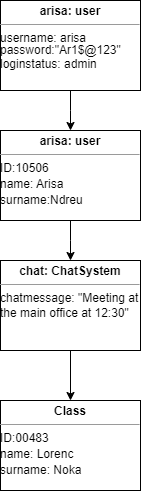
This is Object Diagrams/ChatSystem Object Diagram.drawio.png from Arisa-Ndreu/AEMS--Project, a draw.io export, as it was before one commit. Source tidied: cells renumbered, new cells last; positions are measured from the earlier drawing's top-left corner, leaving out a move shared by most shapes.
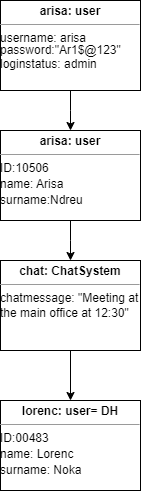
Later version of the same file.

The edit, as a diff of the source:
```diff
@@ -24,7 +24,7 @@
     <mxCell id="7" value="&lt;p style=&quot;margin:0px;margin-top:4px;text-align:center;&quot;&gt;&lt;b&gt;chat: ChatSystem&lt;/b&gt;&lt;/p&gt;&lt;hr size=&quot;1&quot;&gt;&lt;div style=&quot;height:2px;&quot;&gt;chatmessage: &quot;Meeting at the main office at 12:30&quot;&lt;/div&gt;" style="verticalAlign=top;align=left;overflow=fill;fontSize=12;fontFamily=Helvetica;html=1;whiteSpace=wrap;" parent="1" vertex="1">
       <mxGeometry y="260" width="140" height="90" as="geometry" />
     </mxCell>
-    <mxCell id="8" value="&lt;p style=&quot;margin:0px;margin-top:4px;text-align:center;&quot;&gt;&lt;b&gt;Class&lt;br&gt;&lt;/b&gt;&lt;/p&gt;&lt;hr size=&quot;1&quot;&gt;&lt;div style=&quot;height:2px;&quot;&gt;ID:00483&lt;/div&gt;&lt;div style=&quot;height:2px;&quot;&gt;&lt;br&gt;&lt;/div&gt;&lt;div style=&quot;height:2px;&quot;&gt;&lt;br&gt;&lt;/div&gt;&lt;div style=&quot;height:2px;&quot;&gt;&lt;br&gt;&lt;/div&gt;&lt;div style=&quot;height:2px;&quot;&gt;&lt;br&gt;&lt;/div&gt;&lt;div style=&quot;height:2px;&quot;&gt;&lt;br&gt;&lt;/div&gt;&lt;div style=&quot;height:2px;&quot;&gt;&lt;br&gt;&lt;/div&gt;&lt;div style=&quot;height:2px;&quot;&gt;&lt;br&gt;&lt;/div&gt;&lt;div style=&quot;height:2px;&quot;&gt;name: Lorenc&lt;/div&gt;&lt;div style=&quot;height:2px;&quot;&gt;&lt;br&gt;&lt;/div&gt;&lt;div style=&quot;height:2px;&quot;&gt;&lt;br&gt;&lt;/div&gt;&lt;div style=&quot;height:2px;&quot;&gt;&lt;br&gt;&lt;/div&gt;&lt;div style=&quot;height:2px;&quot;&gt;&lt;br&gt;&lt;/div&gt;&lt;div style=&quot;height:2px;&quot;&gt;&lt;br&gt;&lt;/div&gt;&lt;div style=&quot;height:2px;&quot;&gt;&lt;br&gt;&lt;/div&gt;&lt;div style=&quot;height:2px;&quot;&gt;&lt;br&gt;&lt;/div&gt;&lt;div style=&quot;height:2px;&quot;&gt;surname: Noka&lt;/div&gt;" style="verticalAlign=top;align=left;overflow=fill;fontSize=12;fontFamily=Helvetica;html=1;whiteSpace=wrap;" parent="1" vertex="1">
+    <mxCell id="8" value="&lt;p style=&quot;margin:0px;margin-top:4px;text-align:center;&quot;&gt;&lt;b&gt;lorenc: user= DH&lt;/b&gt;&lt;/p&gt;&lt;hr size=&quot;1&quot;&gt;&lt;div style=&quot;height:2px;&quot;&gt;ID:00483&lt;/div&gt;&lt;div style=&quot;height:2px;&quot;&gt;&lt;br&gt;&lt;/div&gt;&lt;div style=&quot;height:2px;&quot;&gt;&lt;br&gt;&lt;/div&gt;&lt;div style=&quot;height:2px;&quot;&gt;&lt;br&gt;&lt;/div&gt;&lt;div style=&quot;height:2px;&quot;&gt;&lt;br&gt;&lt;/div&gt;&lt;div style=&quot;height:2px;&quot;&gt;&lt;br&gt;&lt;/div&gt;&lt;div style=&quot;height:2px;&quot;&gt;&lt;br&gt;&lt;/div&gt;&lt;div style=&quot;height:2px;&quot;&gt;&lt;br&gt;&lt;/div&gt;&lt;div style=&quot;height:2px;&quot;&gt;name: Lorenc&lt;/div&gt;&lt;div style=&quot;height:2px;&quot;&gt;&lt;br&gt;&lt;/div&gt;&lt;div style=&quot;height:2px;&quot;&gt;&lt;br&gt;&lt;/div&gt;&lt;div style=&quot;height:2px;&quot;&gt;&lt;br&gt;&lt;/div&gt;&lt;div style=&quot;height:2px;&quot;&gt;&lt;br&gt;&lt;/div&gt;&lt;div style=&quot;height:2px;&quot;&gt;&lt;br&gt;&lt;/div&gt;&lt;div style=&quot;height:2px;&quot;&gt;&lt;br&gt;&lt;/div&gt;&lt;div style=&quot;height:2px;&quot;&gt;&lt;br&gt;&lt;/div&gt;&lt;div style=&quot;height:2px;&quot;&gt;surname: Noka&lt;/div&gt;" style="verticalAlign=top;align=left;overflow=fill;fontSize=12;fontFamily=Helvetica;html=1;whiteSpace=wrap;" parent="1" vertex="1">
       <mxGeometry y="400" width="140" height="90" as="geometry" />
     </mxCell>
   </root>
```
